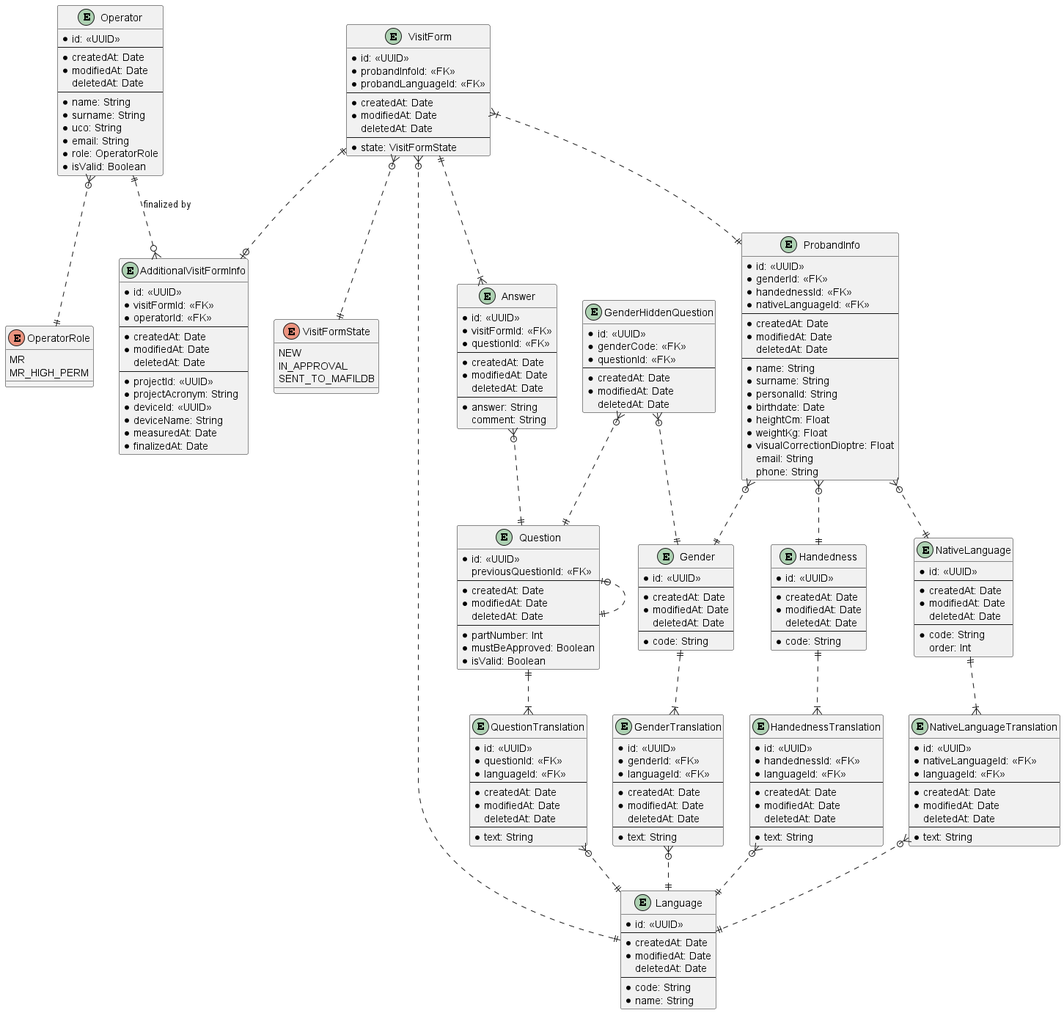
Before: docs/ERD.png, a diagram exported from PlantUML (lukas-kratochvil/mafil-proband-safety-questionnaire).
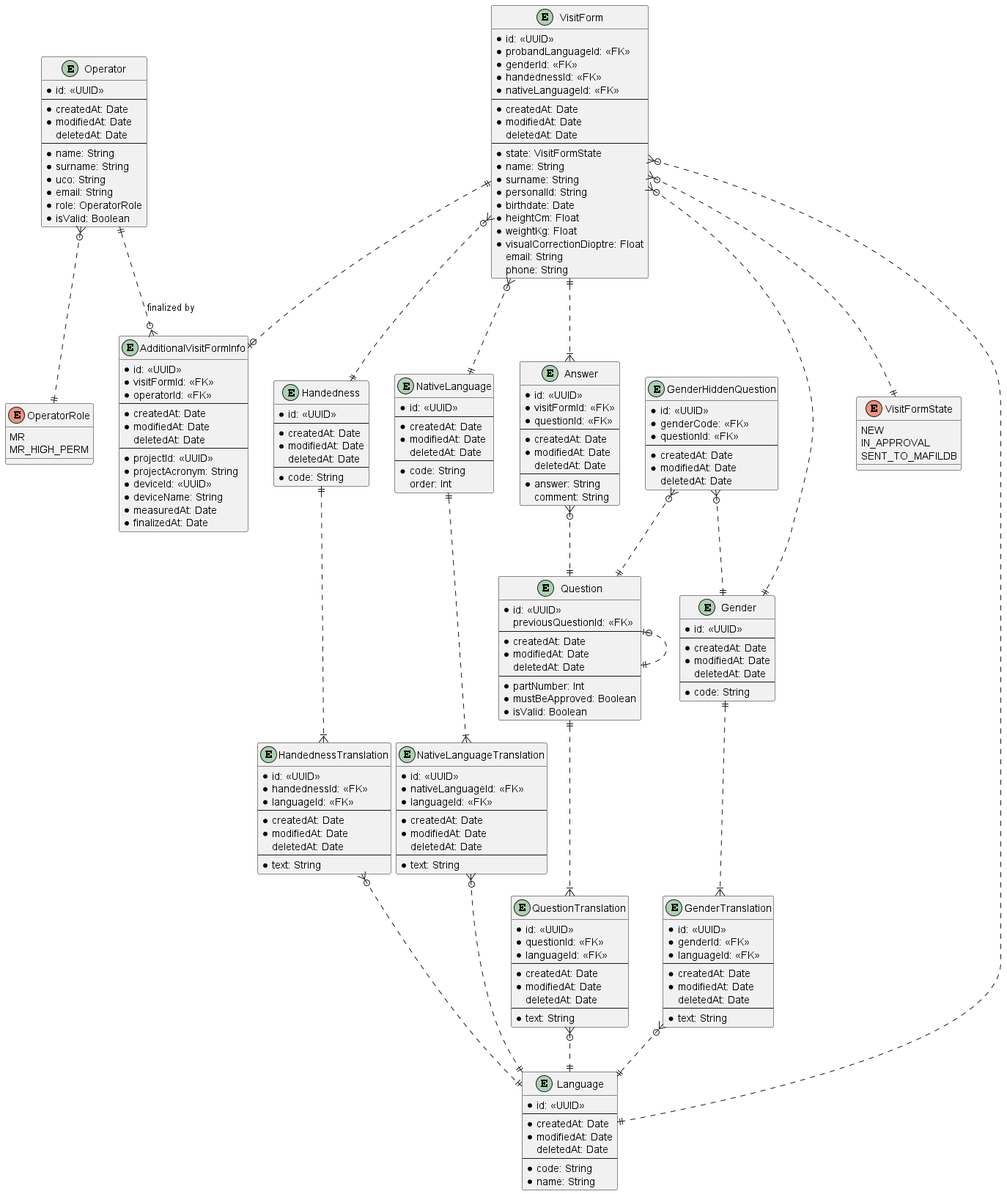
The same file after the commit.

Commit message:
feat: merged ProbandInfo entity into the VisitForm

The edit, as a diff of the source:
```diff
@@ -22,14 +22,25 @@
 
 entity VisitForm {
   * id: <<UUID>>
-  * probandInfoId: <<FK>>
   * probandLanguageId: <<FK>>
+  * genderId: <<FK>>
+  * handednessId: <<FK>>
+  * nativeLanguageId: <<FK>>
   ---
   * createdAt: Date
   * modifiedAt: Date
   deletedAt: Date
   ---
   * state: VisitFormState
+  * name: String
+  * surname: String
+  * personalId: String
+  * birthdate: Date
+  * heightCm: Float
+  * weightKg: Float
+  * visualCorrectionDioptre: Float
+  email: String
+  phone: String
 }
 
 enum VisitFormState {
@@ -53,27 +64,6 @@
   * deviceName: String
   * measuredAt: Date
   * finalizedAt: Date
-}
-
-entity ProbandInfo {
-  * id: <<UUID>>
-  * genderId: <<FK>>
-  * handednessId: <<FK>>
-  * nativeLanguageId: <<FK>>
-  ---
-  * createdAt: Date
-  * modifiedAt: Date
-  deletedAt: Date
-  ---
-  * name: String
-  * surname: String
-  * personalId: String
-  * birthdate: Date
-  * heightCm: Float
-  * weightKg: Float
-  * visualCorrectionDioptre: Float
-  email: String
-  phone: String
 }
 
 entity Answer {
@@ -206,16 +196,15 @@
 Operator ||..o{ AdditionalVisitFormInfo : finalized by
 VisitForm }o..|| VisitFormState
 VisitForm ||..o| AdditionalVisitFormInfo
-VisitForm }|..|| ProbandInfo
 VisitForm ||..|{ Answer
 VisitForm }o..|| Language
+VisitForm }o..|| Gender
+VisitForm }o..|| Handedness
+VisitForm }o..|| NativeLanguage
 Answer }o..|| Question
 Question |o..|| Question
 Question ||..|{ QuestionTranslation
 QuestionTranslation }o..|| Language
-ProbandInfo }o..|| Gender
-ProbandInfo }o..|| Handedness
-ProbandInfo }o..|| NativeLanguage
 GenderHiddenQuestion }o..|| Gender
 GenderHiddenQuestion }o..|| Question
 Gender ||..|{ GenderTranslation
```
